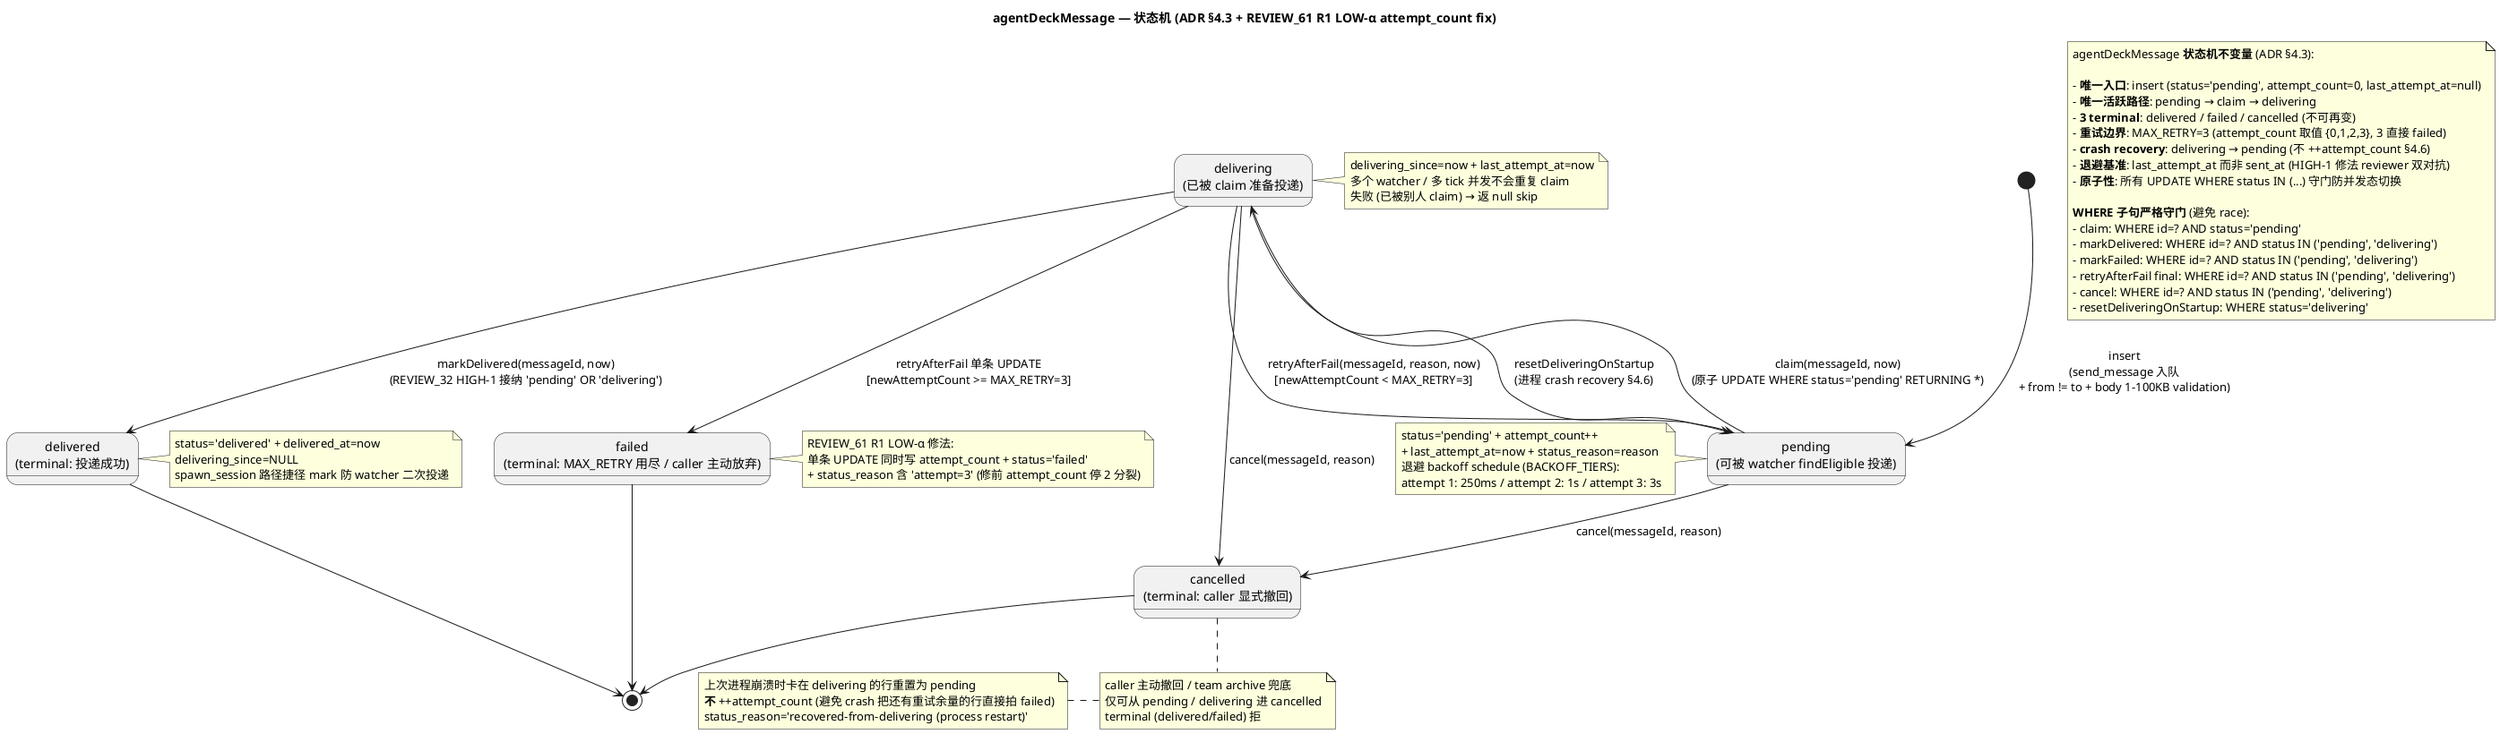
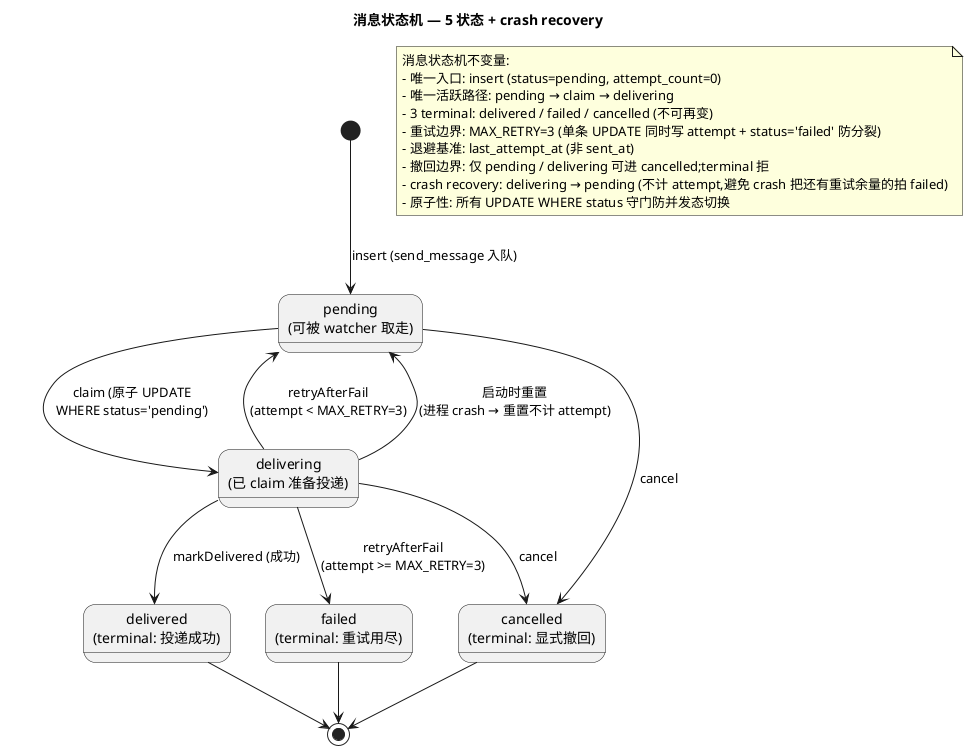
- ' commit: d5549c6 (批 C R1 LOW-α attempt_count fix) / agentDeckMessageRepo 状态机 ADR §4.3
- ' description: agentDeckMessage status state machine — pending → claim → delivering → delivered / failed / cancelled + crash recovery
- ' last_updated: 2026-05-28
+ ' description: 消息状态机 — 5 状态 (pending / delivering / delivered / failed / cancelled) + crash recovery
+ ' last_updated: 2026-05-29
@startuml universal-message-status-state-machine

- title agentDeckMessage — 状态机 (ADR §4.3 + REVIEW_61 R1 LOW-α attempt_count fix)
+ title 消息状态机 — 5 状态 + crash recovery

- state "pending\n(可被 watcher findEligible 投递)" as Pending
- state "delivering\n(已被 claim 准备投递)" as Delivering
+ ' SQL WHERE 子句 / attempt_count 细节 / REVIEW 引用见 INDEX 第 3 列
+ 
+ state "pending\n(可被 watcher 取走)" as Pending
+ state "delivering\n(已 claim 准备投递)" as Delivering
state "delivered\n(terminal: 投递成功)" as Delivered
- state "failed\n(terminal: MAX_RETRY 用尽 / caller 主动放弃)" as Failed
- state "cancelled\n(terminal: caller 显式撤回)" as Cancelled
+ state "failed\n(terminal: 重试用尽)" as Failed
+ state "cancelled\n(terminal: 显式撤回)" as Cancelled

- [*] --> Pending : insert\n(send_message 入队\n+ from != to + body 1-100KB validation)
+ [*] --> Pending : insert (send_message 入队)

- Pending --> Delivering : claim(messageId, now)\n(原子 UPDATE WHERE status='pending' RETURNING *)
- note right of Delivering
-   delivering_since=now + last_attempt_at=now
-   多个 watcher / 多 tick 并发不会重复 claim
-   失败 (已被别人 claim) → 返 null skip
- end note
+ ' 主路径
+ Pending --> Delivering : claim (原子 UPDATE\nWHERE status='pending')
+ Delivering --> Delivered : markDelivered (成功)
+ Delivering --> Pending : retryAfterFail\n(attempt < MAX_RETRY=3)
+ Delivering --> Failed : retryAfterFail\n(attempt >= MAX_RETRY=3)

- Delivering --> Delivered : markDelivered(messageId, now)\n(REVIEW_32 HIGH-1 接纳 'pending' OR 'delivering')
- note right of Delivered
-   status='delivered' + delivered_at=now
-   delivering_since=NULL
-   spawn_session 路径捷径 mark 防 watcher 二次投递
- end note
+ ' 撤回路径 (仅活跃态可撤)
+ Pending --> Cancelled : cancel
+ Delivering --> Cancelled : cancel

- Delivering --> Pending : retryAfterFail(messageId, reason, now)\n[newAttemptCount < MAX_RETRY=3]
- note left of Pending
-   status='pending' + attempt_count++
-   + last_attempt_at=now + status_reason=reason
-   退避 backoff schedule (BACKOFF_TIERS):
-   attempt 1: 250ms / attempt 2: 1s / attempt 3: 3s
- end note
+ ' crash recovery 路径
+ Delivering --> Pending : 启动时重置\n(进程 crash → 重置不计 attempt)

- Delivering --> Failed : retryAfterFail 单条 UPDATE\n[newAttemptCount >= MAX_RETRY=3]
- note right of Failed
-   REVIEW_61 R1 LOW-α 修法:
-   单条 UPDATE 同时写 attempt_count + status='failed'
-   + status_reason 含 'attempt=3' (修前 attempt_count 停 2 分裂)
- end note
- 
- Pending --> Cancelled : cancel(messageId, reason)
- Delivering --> Cancelled : cancel(messageId, reason)
- note bottom of Cancelled
-   caller 主动撤回 / team archive 兜底
-   仅可从 pending / delivering 进 cancelled
-   terminal (delivered/failed) 拒
- end note
- 
- ' ─── crash recovery 路径 (process restart) ───
- Delivering --> Pending : resetDeliveringOnStartup\n(进程 crash recovery §4.6)
- note left
-   上次进程崩溃时卡在 delivering 的行重置为 pending
-   **不** ++attempt_count (避免 crash 把还有重试余量的行直接拍 failed)
-   status_reason='recovered-from-delivering (process restart)'
- end note
- 
+ ' terminal
Delivered --> [*]
Failed --> [*]
Cancelled --> [*]

- ' ─── 状态机不变量 ───
+ ' ─── 关键不变量 ───

note as N1
-   agentDeckMessage **状态机不变量** (ADR §4.3):
- 
-   - **唯一入口**: insert (status='pending', attempt_count=0, last_attempt_at=null)
-   - **唯一活跃路径**: pending → claim → delivering
-   - **3 terminal**: delivered / failed / cancelled (不可再变)
-   - **重试边界**: MAX_RETRY=3 (attempt_count 取值 {0,1,2,3}, 3 直接 failed)
-   - **crash recovery**: delivering → pending (不 ++attempt_count §4.6)
-   - **退避基准**: last_attempt_at 而非 sent_at (HIGH-1 修法 reviewer 双对抗)
-   - **原子性**: 所有 UPDATE WHERE status IN (...) 守门防并发态切换
- 
-   **WHERE 子句严格守门** (避免 race):
-   - claim: WHERE id=? AND status='pending'
-   - markDelivered: WHERE id=? AND status IN ('pending', 'delivering')
-   - markFailed: WHERE id=? AND status IN ('pending', 'delivering')
-   - retryAfterFail final: WHERE id=? AND status IN ('pending', 'delivering')
-   - cancel: WHERE id=? AND status IN ('pending', 'delivering')
-   - resetDeliveringOnStartup: WHERE status='delivering'
+   消息状态机不变量:
+   - 唯一入口: insert (status=pending, attempt_count=0)
+   - 唯一活跃路径: pending → claim → delivering
+   - 3 terminal: delivered / failed / cancelled (不可再变)
+   - 重试边界: MAX_RETRY=3 (单条 UPDATE 同时写 attempt + status='failed' 防分裂)
+   - 退避基准: last_attempt_at (非 sent_at)
+   - 撤回边界: 仅 pending / delivering 可进 cancelled;terminal 拒
+   - crash recovery: delivering → pending (不计 attempt,避免 crash 把还有重试余量的拍 failed)
+   - 原子性: 所有 UPDATE WHERE status 守门防并发态切换
end note

@enduml
